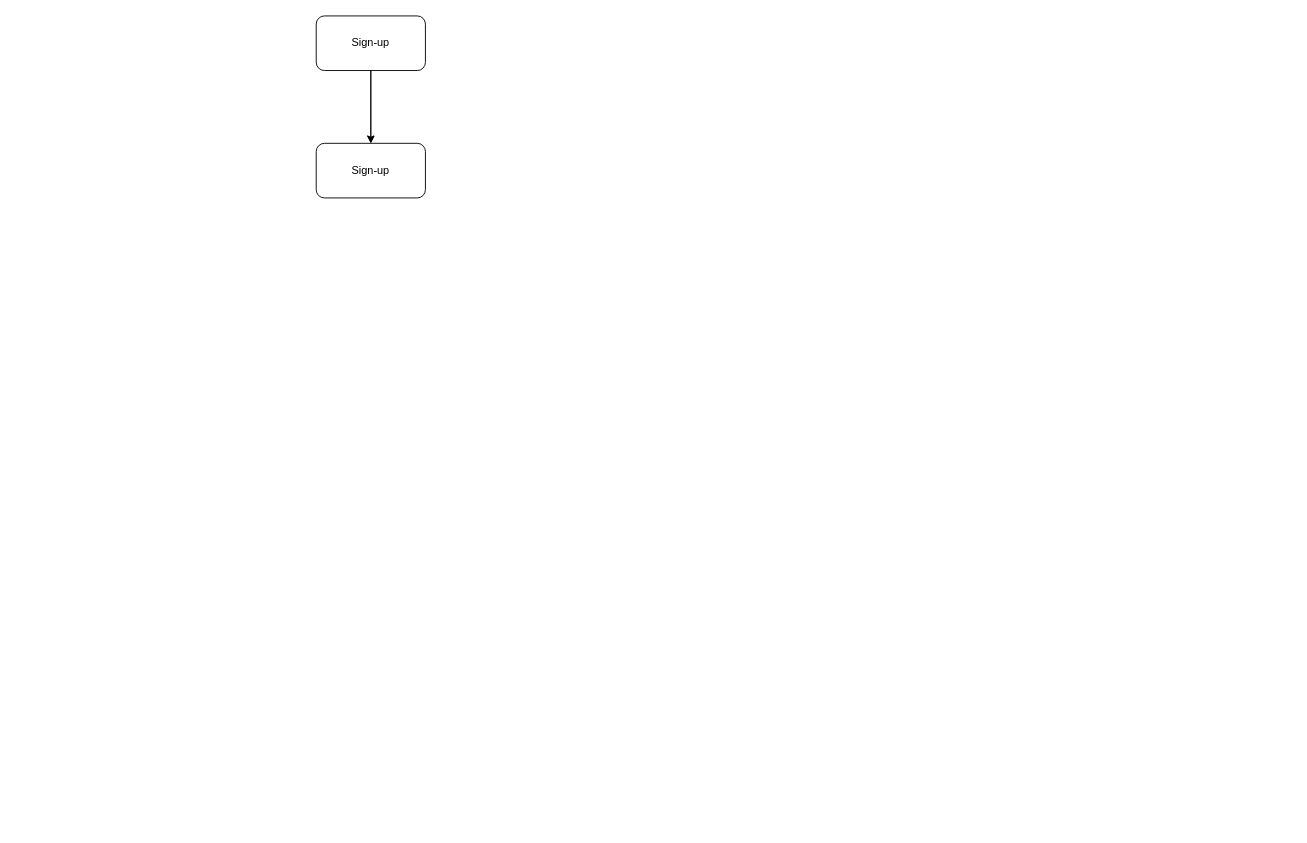
This is Untitled Diagram.drawio from 1lker/AdminLTE, a draw.io file, before an edit. Source tidied: cells renumbered, new cells numbered last; positions are measured from the earlier drawing's top-left corner, leaving out a move shared by most shapes. Both pictures are drawn from the tidied source at 91%, with x=0, y=0 at pixel (316, 15).
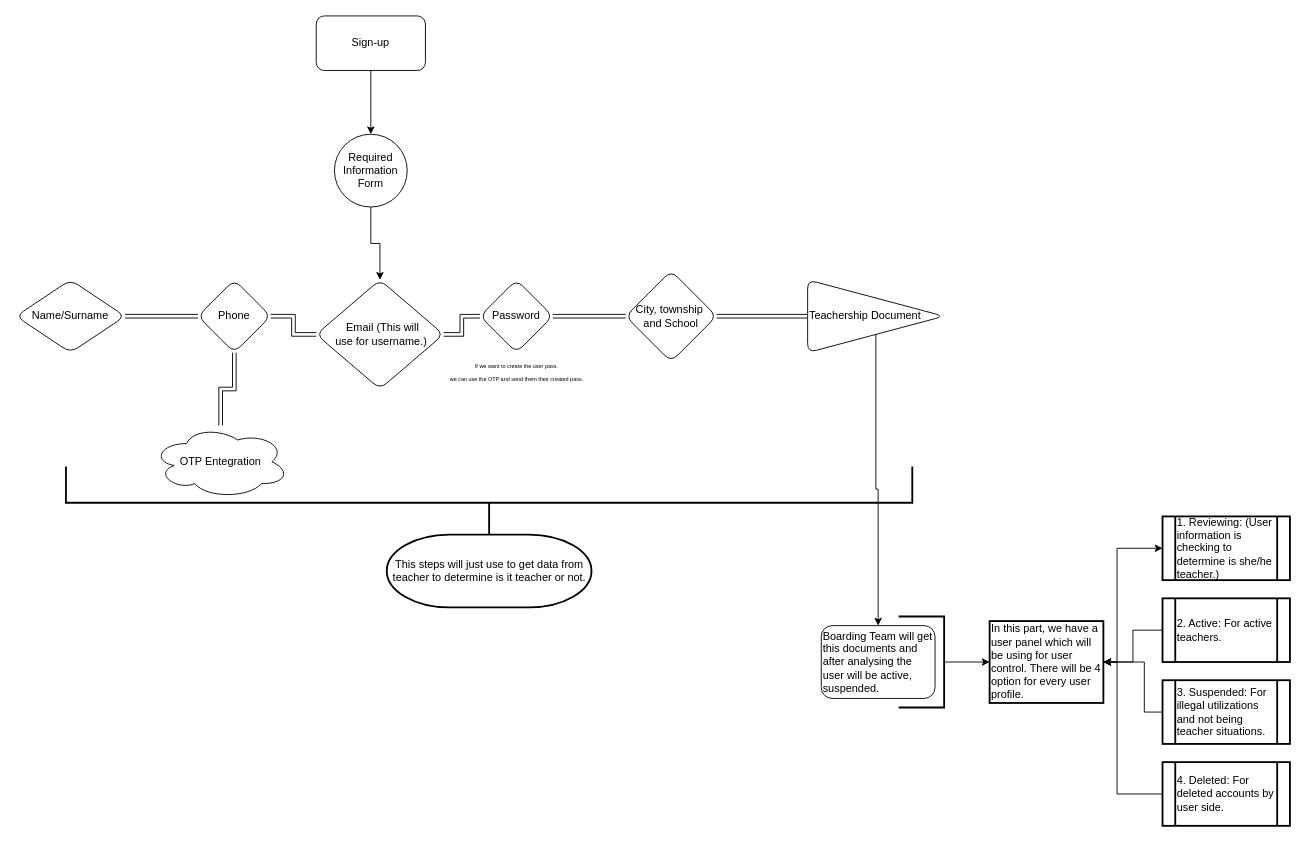
The same page after the edit.

Commit message:
Flow is active for sign up

Unchanged cells that the change refers to:
```xml
<mxCell id="4" value="Sign-up" style="rounded=1;whiteSpace=wrap;html=1;" parent="1" vertex="1">
  <mxGeometry width="120" height="60" as="geometry" />
</mxCell>
```

Diff of the diagram source:
```diff
@@
-    <mxCell id="2" style="edgeStyle=orthogonalEdgeStyle;rounded=0;jettySize=auto;html=1;" parent="1" edge="1" source="4" target="5">
-      <mxGeometry relative="1" as="geometry" />
-    </mxCell>
-    <mxCell id="3" style="edgeStyle=orthogonalEdgeStyle;rounded=0;jettySize=auto;html=1;" parent="1" edge="1" source="4" target="5">
-      <mxGeometry relative="1" as="geometry" />
-    </mxCell>
+    <mxCell id="6" style="edgeStyle=orthogonalEdgeStyle;rounded=0;jettySize=auto;html=1;" parent="1" edge="1" source="4" target="8">
+      <mxGeometry relative="1" as="geometry" />
+    </mxCell>
@@
-    <mxCell id="5" value="Sign-up" style="rounded=1;whiteSpace=wrap;html=1;" parent="1" vertex="1">
-      <mxGeometry y="140" width="120" height="60" as="geometry" />
-    </mxCell>
+    <mxCell id="7" style="edgeStyle=orthogonalEdgeStyle;rounded=0;jettySize=auto;html=1;" parent="1" edge="1" source="8" target="11">
+      <mxGeometry relative="1" as="geometry" />
+    </mxCell>
+    <mxCell id="8" value="Required Information Form" style="ellipse;whiteSpace=wrap;html=1;rounded=1;" parent="1" vertex="1">
+      <mxGeometry x="20" y="130" width="80" height="80" as="geometry" />
+    </mxCell>
+    <mxCell id="9" style="edgeStyle=orthogonalEdgeStyle;rounded=0;jettySize=auto;html=1;strokeColor=default;shape=link;" parent="1" edge="1" source="11" target="14">
+      <mxGeometry relative="1" as="geometry" />
+    </mxCell>
+    <mxCell id="10" style="edgeStyle=orthogonalEdgeStyle;shape=link;rounded=0;jettySize=auto;html=1;strokeColor=default;" parent="1" edge="1" source="11" target="16">
+      <mxGeometry relative="1" as="geometry" />
+    </mxCell>
+    <mxCell id="11" value="&amp;nbsp; &amp;nbsp; &amp;nbsp; &amp;nbsp; &amp;nbsp;Email (This will&amp;nbsp; &amp;nbsp; &amp;nbsp; &amp;nbsp; &amp;nbsp;use for username.)" style="rhombus;whiteSpace=wrap;html=1;rounded=1;" parent="1" vertex="1">
+      <mxGeometry y="290" width="140" height="120" as="geometry" />
+    </mxCell>
+    <mxCell id="12" style="edgeStyle=orthogonalEdgeStyle;shape=link;rounded=0;jettySize=auto;html=1;strokeColor=default;" parent="1" edge="1" source="14" target="19">
+      <mxGeometry relative="1" as="geometry" />
+    </mxCell>
+    <mxCell id="13" style="edgeStyle=orthogonalEdgeStyle;shape=link;rounded=0;jettySize=auto;html=1;strokeColor=default;" parent="1" edge="1" source="14" target="20">
+      <mxGeometry relative="1" as="geometry" />
+    </mxCell>
+    <mxCell id="14" value="Phone" style="rhombus;whiteSpace=wrap;html=1;rounded=1;" parent="1" vertex="1">
+      <mxGeometry x="-130" y="290" width="80" height="80" as="geometry" />
+    </mxCell>
+    <mxCell id="15" style="edgeStyle=orthogonalEdgeStyle;shape=link;rounded=0;jettySize=auto;html=1;strokeColor=default;" parent="1" edge="1" source="16" target="18">
+      <mxGeometry relative="1" as="geometry" />
+    </mxCell>
+    <mxCell id="16" value="Password" style="rhombus;whiteSpace=wrap;html=1;rounded=1;" parent="1" vertex="1">
+      <mxGeometry x="180" y="290" width="80" height="80" as="geometry" />
+    </mxCell>
+    <mxCell id="17" style="edgeStyle=orthogonalEdgeStyle;shape=link;rounded=0;jettySize=auto;html=1;strokeColor=default;fontSize=12;" parent="1" edge="1" source="18" target="25">
+      <mxGeometry relative="1" as="geometry" />
+    </mxCell>
+    <mxCell id="18" value="City, township&amp;nbsp; and School" style="rhombus;whiteSpace=wrap;html=1;rounded=1;" parent="1" vertex="1">
+      <mxGeometry x="340" y="280" width="100" height="100" as="geometry" />
+    </mxCell>
+    <mxCell id="19" value="Name/Surname" style="rhombus;whiteSpace=wrap;html=1;rounded=1;" parent="1" vertex="1">
+      <mxGeometry x="-330" y="290" width="120" height="80" as="geometry" />
+    </mxCell>
+    <mxCell id="20" value="OTP Entegration" style="ellipse;shape=cloud;whiteSpace=wrap;html=1;rounded=1;" parent="1" vertex="1">
+      <mxGeometry x="-180" y="450" width="150" height="80" as="geometry" />
+    </mxCell>
+    <mxCell id="21" value="&lt;font style=&quot;font-size: 6px;&quot;&gt;If we want to create the user pass. &lt;br&gt;we can use the OTP and send them their created pass.&lt;/font&gt;" style="text;html=1;align=center;verticalAlign=middle;strokeColor=none;fillColor=none;" parent="1" vertex="1">
+      <mxGeometry x="135" y="370" width="170" height="40" as="geometry" />
+    </mxCell>
+    <mxCell id="22" style="strokeWidth=2;html=1;shape=mxgraph.flowchart.annotation_2;align=left;labelPosition=right;fontSize=6;rotation=-90;" parent="1" vertex="1">
+      <mxGeometry x="150" y="70" width="80" height="930" as="geometry" />
+    </mxCell>
+    <mxCell id="23" value="&lt;font style=&quot;font-size: 12px;&quot;&gt;This steps will just use to get data from teacher to determine is it teacher or not.&lt;/font&gt;" style="strokeWidth=2;html=1;shape=mxgraph.flowchart.terminator;whiteSpace=wrap;fontSize=6;" parent="1" vertex="1">
+      <mxGeometry x="77.5" y="570" width="225" height="80" as="geometry" />
+    </mxCell>
+    <mxCell id="24" style="edgeStyle=orthogonalEdgeStyle;rounded=0;jettySize=auto;html=1;strokeColor=default;fontSize=12;" parent="1" edge="1" source="25" target="26">
+      <mxGeometry relative="1" as="geometry" />
+    </mxCell>
+    <mxCell id="25" value="Teachership Document" style="triangle;whiteSpace=wrap;html=1;rounded=1;align=left;" parent="1" vertex="1">
+      <mxGeometry x="540" y="290" width="150" height="80" as="geometry" />
+    </mxCell>
+    <mxCell id="26" value="Boarding Team will get this documents and after analysing the user will be active, suspended." style="whiteSpace=wrap;html=1;align=left;rounded=1;" parent="1" vertex="1">
+      <mxGeometry x="555" y="670" width="125" height="80" as="geometry" />
+    </mxCell>
+    <mxCell id="27" style="edgeStyle=orthogonalEdgeStyle;rounded=0;jettySize=auto;html=1;strokeColor=default;fontSize=12;" parent="1" edge="1" source="28" target="30">
+      <mxGeometry relative="1" as="geometry" />
+    </mxCell>
+    <mxCell id="28" style="strokeWidth=2;html=1;shape=mxgraph.flowchart.annotation_1;align=left;fontSize=12;rotation=-180;" parent="1" vertex="1">
+      <mxGeometry x="640" y="660" width="50" height="100" as="geometry" />
+    </mxCell>
+    <mxCell id="29" style="edgeStyle=orthogonalEdgeStyle;rounded=0;jettySize=auto;html=1;strokeColor=default;fontSize=12;" parent="1" edge="1" source="30" target="31">
+      <mxGeometry relative="1" as="geometry">
+        <Array as="points">
+          <mxPoint x="880" y="710" />
+        </Array>
+      </mxGeometry>
+    </mxCell>
+    <mxCell id="30" value="In this part, we have a user panel which will be using for user control. There will be 4 option for every user profile.&amp;nbsp;" style="whiteSpace=wrap;html=1;align=left;strokeWidth=2;" parent="1" vertex="1">
+      <mxGeometry x="740" y="665" width="125" height="90" as="geometry" />
+    </mxCell>
+    <mxCell id="31" value="1. Reviewing: (User information is checking to determine is she/he teacher.)" style="shape=process;whiteSpace=wrap;html=1;backgroundOutline=1;align=left;strokeWidth=2;" parent="1" vertex="1">
+      <mxGeometry x="930" y="550" width="140" height="70" as="geometry" />
+    </mxCell>
+    <mxCell id="32" style="edgeStyle=orthogonalEdgeStyle;rounded=0;jettySize=auto;html=1;strokeColor=default;fontSize=12;" parent="1" edge="1" source="33" target="30">
+      <mxGeometry relative="1" as="geometry" />
+    </mxCell>
+    <mxCell id="33" value="2. Active: For active teachers." style="shape=process;whiteSpace=wrap;html=1;backgroundOutline=1;align=left;strokeWidth=2;" parent="1" vertex="1">
+      <mxGeometry x="930" y="640" width="140" height="70" as="geometry" />
+    </mxCell>
+    <mxCell id="34" style="edgeStyle=orthogonalEdgeStyle;rounded=0;jettySize=auto;html=1;strokeColor=default;fontSize=12;" parent="1" edge="1" source="35" target="30">
+      <mxGeometry relative="1" as="geometry">
+        <Array as="points">
+          <mxPoint x="910" y="765" />
+          <mxPoint x="910" y="710" />
+        </Array>
+      </mxGeometry>
+    </mxCell>
+    <mxCell id="35" value="3. Suspended: For illegal utilizations&amp;nbsp; and not being teacher situations." style="shape=process;whiteSpace=wrap;html=1;backgroundOutline=1;align=left;strokeWidth=2;" parent="1" vertex="1">
+      <mxGeometry x="930" y="730" width="140" height="70" as="geometry" />
+    </mxCell>
+    <mxCell id="36" style="edgeStyle=orthogonalEdgeStyle;rounded=0;jettySize=auto;html=1;strokeColor=default;fontSize=12;" parent="1" edge="1" source="37" target="30">
+      <mxGeometry relative="1" as="geometry">
+        <Array as="points">
+          <mxPoint x="880" y="710" />
+        </Array>
+      </mxGeometry>
+    </mxCell>
+    <mxCell id="37" value="4. Deleted: For deleted accounts by user side." style="shape=process;whiteSpace=wrap;html=1;backgroundOutline=1;align=left;strokeWidth=2;" parent="1" vertex="1">
+      <mxGeometry x="930" y="820" width="140" height="70" as="geometry" />
+    </mxCell>
```
